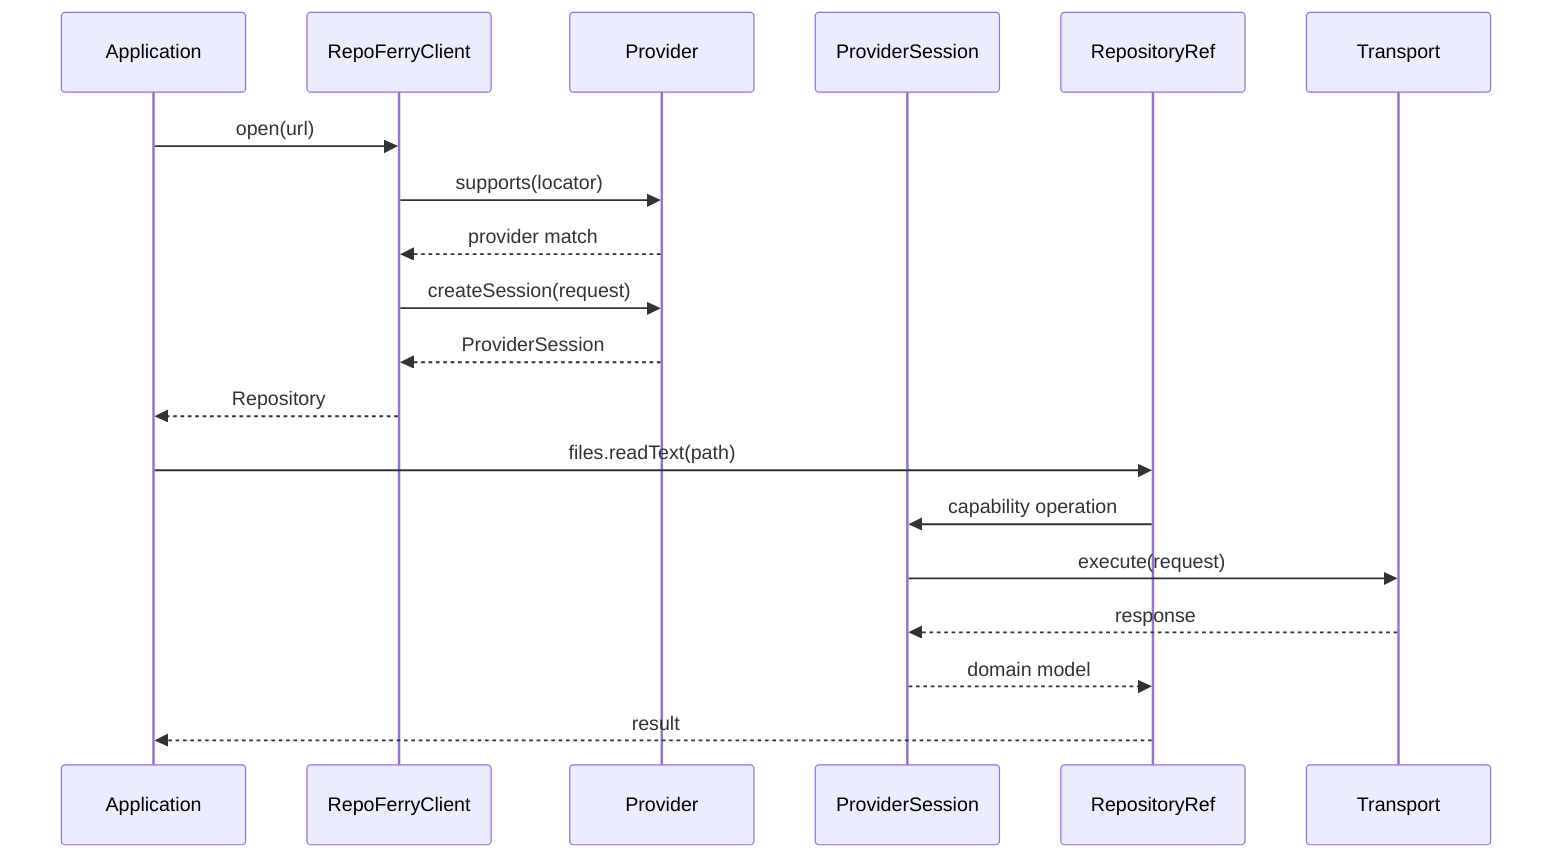
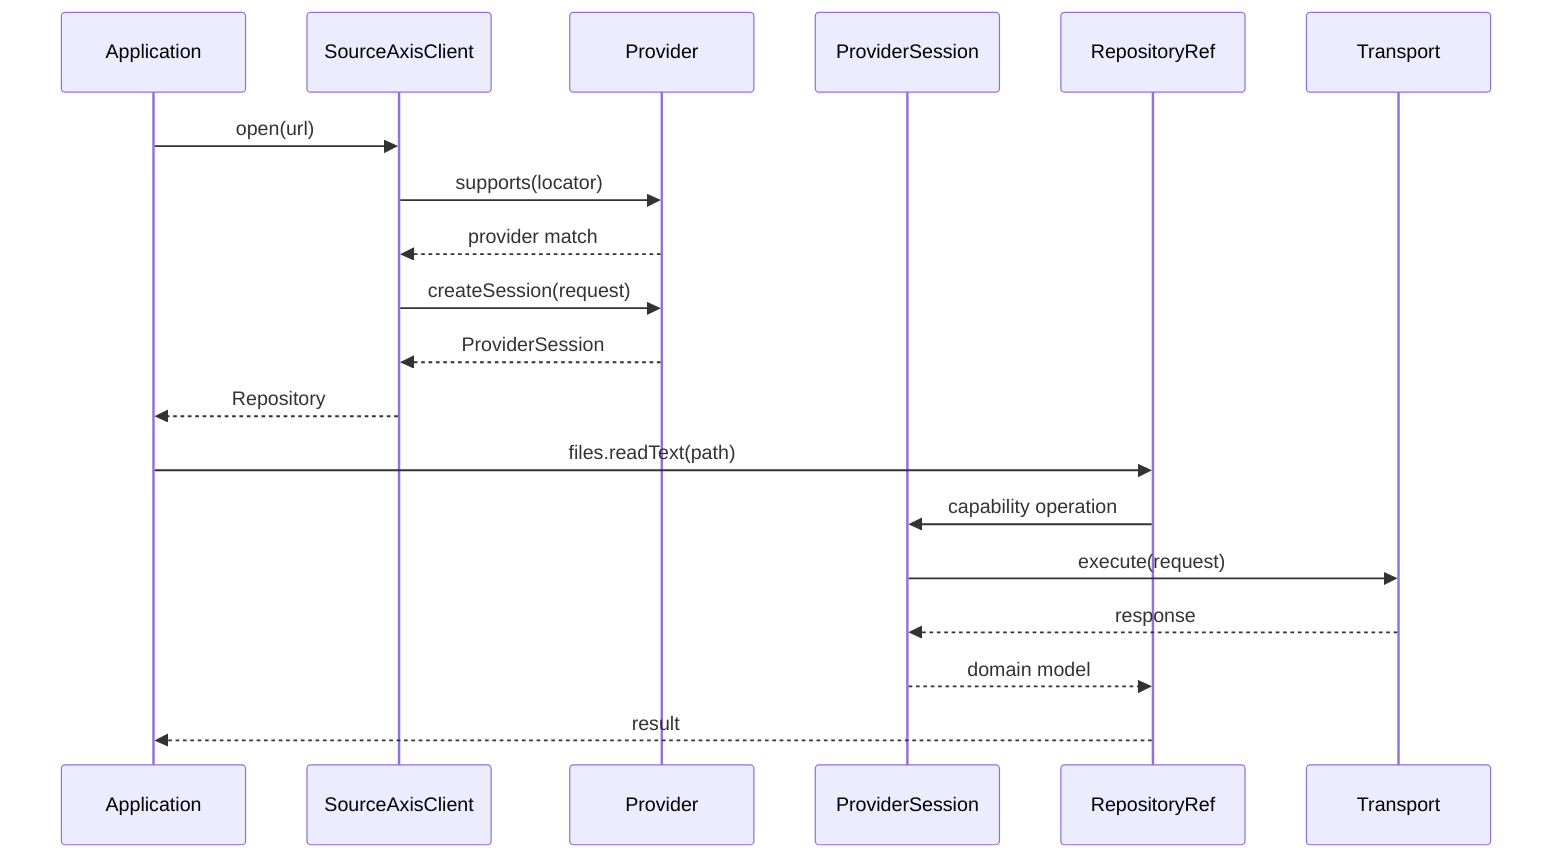
sequenceDiagram
  participant App as Application
-   participant Client as RepoFerryClient
+   participant Client as SourceAxisClient
  participant Provider as Provider
  participant Session as ProviderSession
  participant Ref as RepositoryRef
  participant Transport as Transport

  App->>Client: open(url)
  Client->>Provider: supports(locator)
  Provider-->>Client: provider match
  Client->>Provider: createSession(request)
  Provider-->>Client: ProviderSession
  Client-->>App: Repository
  App->>Ref: files.readText(path)
  Ref->>Session: capability operation
  Session->>Transport: execute(request)
  Transport-->>Session: response
  Session-->>Ref: domain model
  Ref-->>App: result
